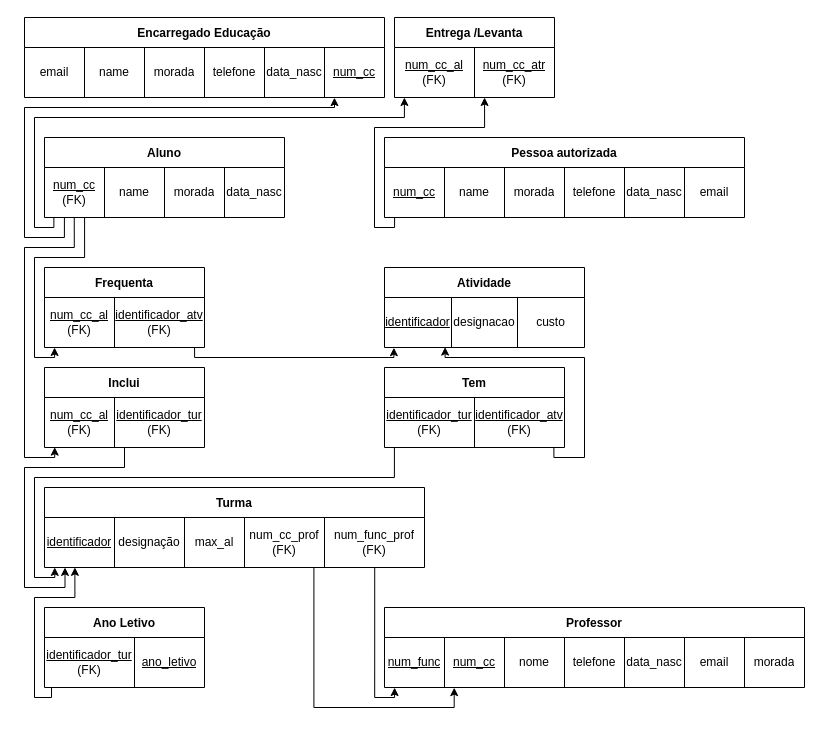
Earlier version of the draw.io diagram page "3.3_2.4" (6 of 6) of P/P03/P03.drawio (RafaelCurado/BD-1). Source tidied: cells renumbered, new cells numbered last; positions are measured from the earlier drawing's top-left corner, leaving out a move shared by most shapes. Both pictures are drawn from the tidied source at 100%, with x=0, y=0 at pixel (24, 17).
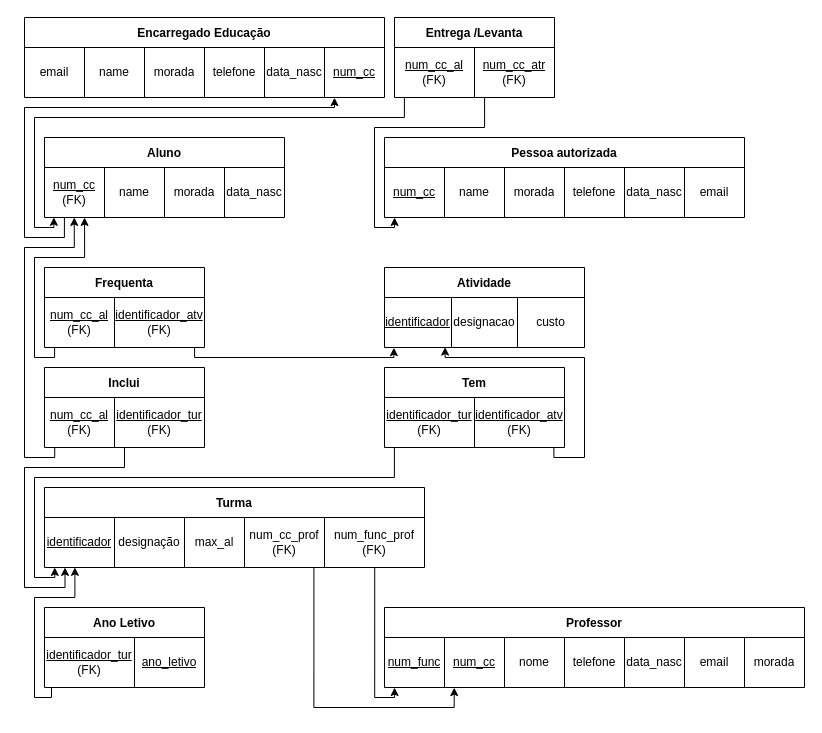
After the change.

The change refers to these unchanged cells:
```xml
<mxCell id="11" style="shape=tableRow;horizontal=0;startSize=0;swimlaneHead=0;swimlaneBody=0;top=0;left=0;bottom=0;right=0;fillColor=none;points=[[0,0.5],[1,0.5]];portConstraint=eastwest;" parent="10" vertex="1">
  <mxGeometry y="30" width="240" height="50" as="geometry" />
</mxCell>
<mxCell id="18" style="shape=tableRow;horizontal=0;startSize=0;swimlaneHead=0;swimlaneBody=0;top=0;left=0;bottom=0;right=0;fillColor=none;points=[[0,0.5],[1,0.5]];portConstraint=eastwest;" parent="17" vertex="1">
  <mxGeometry y="30" width="160" height="50" as="geometry" />
</mxCell>
<mxCell id="23" style="shape=tableRow;horizontal=0;startSize=0;swimlaneHead=0;swimlaneBody=0;top=0;left=0;bottom=0;right=0;fillColor=none;points=[[0,0.5],[1,0.5]];portConstraint=eastwest;" parent="22" vertex="1">
  <mxGeometry y="30" width="360" height="50" as="geometry" />
</mxCell>
<mxCell id="32" style="shape=tableRow;horizontal=0;startSize=0;swimlaneHead=0;swimlaneBody=0;top=0;left=0;bottom=0;right=0;fillColor=none;points=[[0,0.5],[1,0.5]];portConstraint=eastwest;" parent="31" vertex="1">
  <mxGeometry y="30" width="160" height="50" as="geometry" />
</mxCell>
<mxCell id="43" style="shape=tableRow;horizontal=0;startSize=0;swimlaneHead=0;swimlaneBody=0;top=0;left=0;bottom=0;right=0;fillColor=none;points=[[0,0.5],[1,0.5]];portConstraint=eastwest;" parent="42" vertex="1">
  <mxGeometry y="30" width="160" height="50" as="geometry" />
</mxCell>
```

The edit, as a diff of the source:
```diff
@@
-    <mxCell id="21" style="endArrow=classic;html=1;rounded=0;edgeStyle=orthogonalEdgeStyle;entryX=0.062;entryY=1;entryDx=0;entryDy=0;entryPerimeter=0;exitX=0.039;exitY=0.996;exitDx=0;exitDy=0;exitPerimeter=0;" parent="1" edge="1" source="11" target="18">
+    <mxCell id="21" style="endArrow=none;html=1;rounded=0;edgeStyle=orthogonalEdgeStyle;entryX=0.062;entryY=1;entryDx=0;entryDy=0;entryPerimeter=0;exitX=0.039;exitY=0.996;exitDx=0;exitDy=0;exitPerimeter=0;endFill=0;startArrow=classic;startFill=1;" parent="1" edge="1" source="11" target="18">
       <mxGeometry relative="1" as="geometry">
         <Array as="points">
           <mxPoint x="29" y="210" />
           <mxPoint x="10" y="210" />
           <mxPoint x="10" y="100" />
           <mxPoint x="380" y="100" />
         </Array>
       </mxGeometry>
     </mxCell>
@@
-    <mxCell id="30" style="endArrow=classic;html=1;rounded=0;edgeStyle=orthogonalEdgeStyle;exitX=0.028;exitY=1;exitDx=0;exitDy=0;exitPerimeter=0;entryX=0.563;entryY=1;entryDx=0;entryDy=0;entryPerimeter=0;" parent="1" edge="1" source="23" target="18">
+    <mxCell id="30" style="endArrow=none;html=1;rounded=0;edgeStyle=orthogonalEdgeStyle;exitX=0.028;exitY=1;exitDx=0;exitDy=0;exitPerimeter=0;entryX=0.563;entryY=1;entryDx=0;entryDy=0;entryPerimeter=0;endFill=0;startArrow=classic;startFill=1;" parent="1" edge="1" source="23" target="18">
       <mxGeometry relative="1" as="geometry">
         <Array as="points">
           <mxPoint x="370" y="210" />
           <mxPoint x="350" y="210" />
           <mxPoint x="350" y="110" />
           <mxPoint x="460" y="110" />
         </Array>
       </mxGeometry>
     </mxCell>
@@
-    <mxCell id="35" style="endArrow=classic;html=1;rounded=0;edgeStyle=orthogonalEdgeStyle;exitX=0.167;exitY=1;exitDx=0;exitDy=0;exitPerimeter=0;entryX=0.063;entryY=1;entryDx=0;entryDy=0;entryPerimeter=0;" parent="1" edge="1" source="11" target="32">
+    <mxCell id="35" style="endArrow=none;html=1;rounded=0;edgeStyle=orthogonalEdgeStyle;exitX=0.167;exitY=1;exitDx=0;exitDy=0;exitPerimeter=0;entryX=0.063;entryY=1;entryDx=0;entryDy=0;entryPerimeter=0;endFill=0;startArrow=classic;startFill=1;" parent="1" edge="1" source="11" target="32">
       <mxGeometry relative="1" as="geometry">
         <Array as="points">
           <mxPoint x="60" y="240" />
           <mxPoint x="10" y="240" />
           <mxPoint x="10" y="340" />
           <mxPoint x="30" y="340" />
         </Array>
       </mxGeometry>
     </mxCell>
@@
-    <mxCell id="46" style="endArrow=classic;html=1;rounded=0;edgeStyle=orthogonalEdgeStyle;exitX=0.124;exitY=0.999;exitDx=0;exitDy=0;exitPerimeter=0;entryX=0.064;entryY=0.993;entryDx=0;entryDy=0;entryPerimeter=0;" parent="1" edge="1" source="11" target="43">
+    <mxCell id="46" style="endArrow=none;html=1;rounded=0;edgeStyle=orthogonalEdgeStyle;exitX=0.124;exitY=0.999;exitDx=0;exitDy=0;exitPerimeter=0;entryX=0.064;entryY=0.993;entryDx=0;entryDy=0;entryPerimeter=0;startArrow=classic;startFill=1;endFill=0;" parent="1" edge="1" source="11" target="43">
       <mxGeometry relative="1" as="geometry">
         <Array as="points">
           <mxPoint x="50" y="230" />
           <mxPoint y="230" />
           <mxPoint y="440" />
           <mxPoint x="30" y="440" />
         </Array>
       </mxGeometry>
     </mxCell>
```
